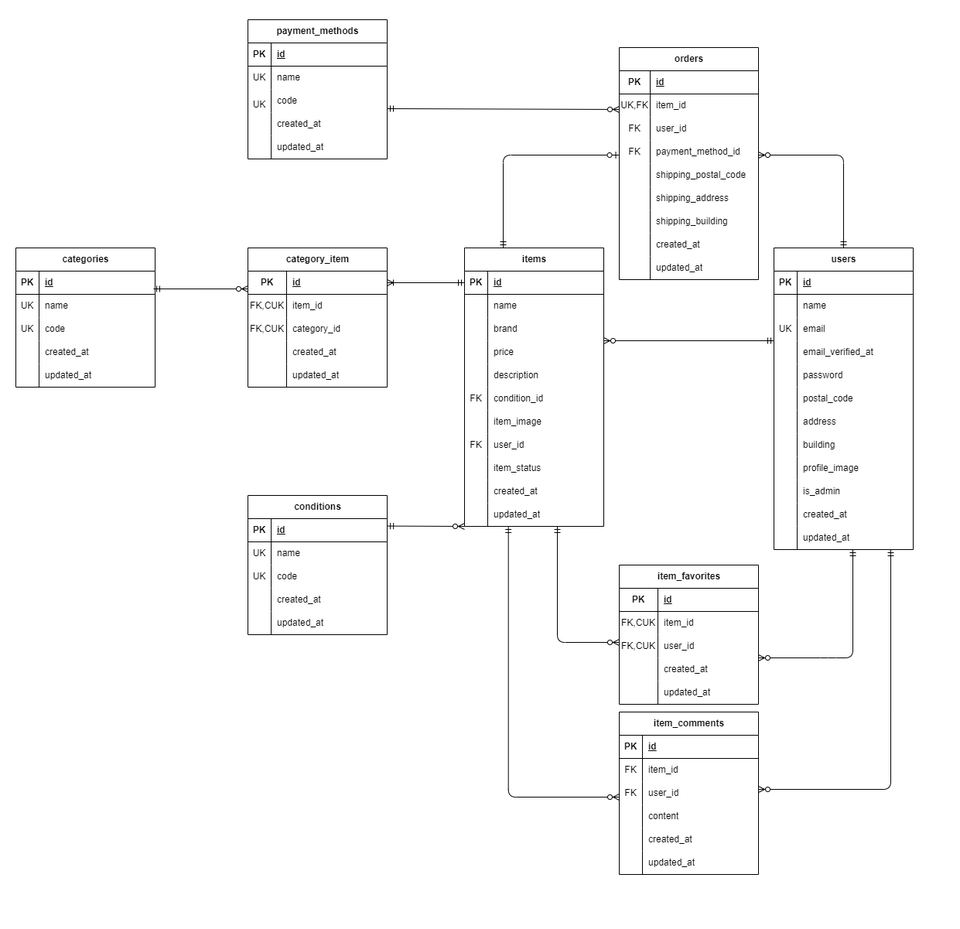
This is er.drawio.png from kawamata-natsuki/coachtech-flea, a draw.io export, as it was before one commit. Source tidied: cells renumbered, new cells last; positions are measured from the earlier drawing's top-left corner, leaving out a move shared by most shapes.
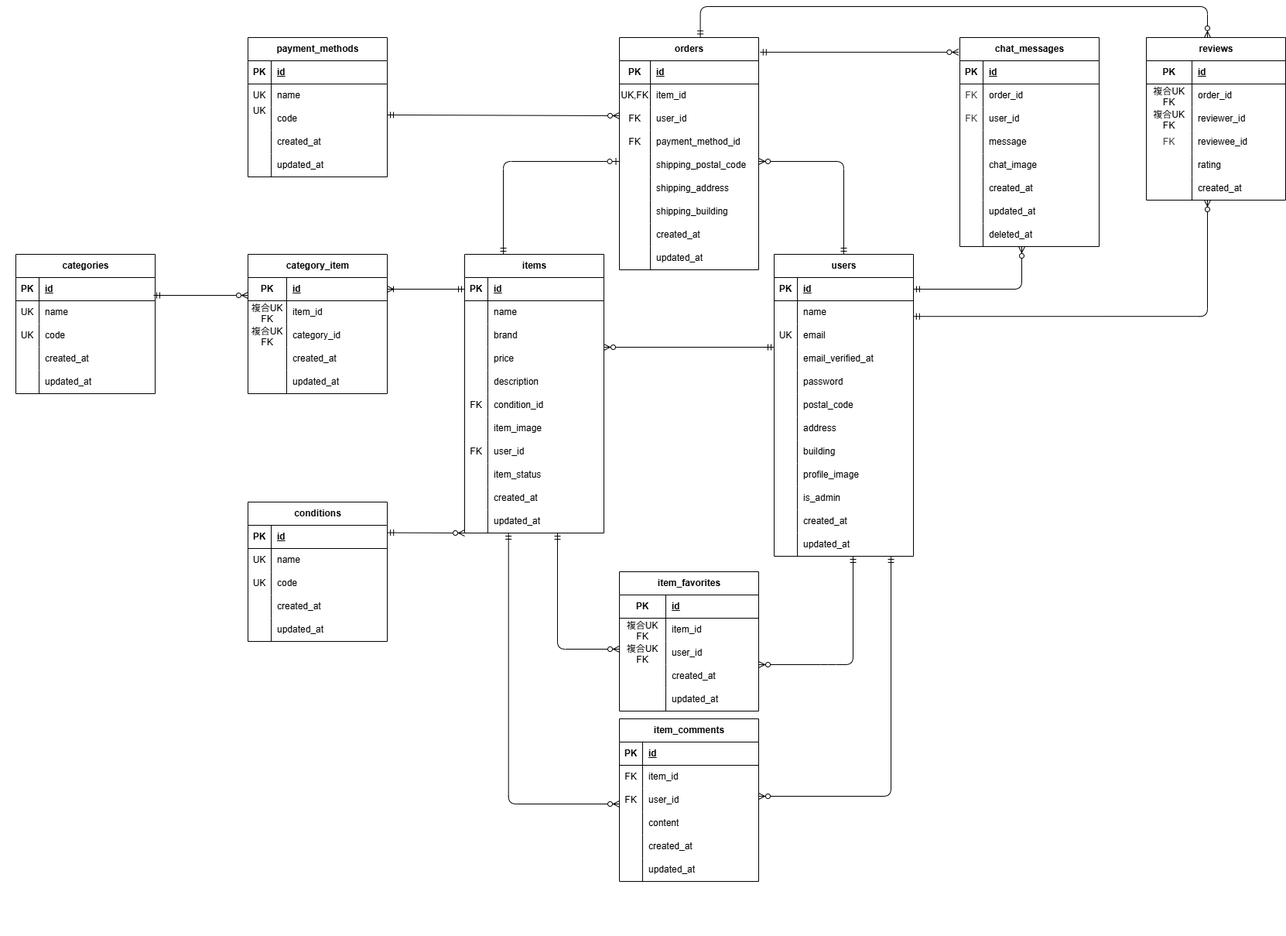
After the change.

Commit message:
add: chat_messages テーブルと reviews テーブル追加

Change to the diagram source:
```diff
@@ -5,3 +5,3 @@
     <mxCell id="2" value="payment_methods" style="shape=table;startSize=30;rowLines=0;fontStyle=1;align=center;html=1;" parent="1" vertex="1">
-      <mxGeometry x="320" y="25" width="180" height="180" as="geometry" />
+      <mxGeometry x="320" y="40" width="180" height="180" as="geometry" />
     </mxCell>
@@ -155,3 +155,3 @@
     <mxCell id="52" value="orders" style="shape=table;startSize=30;rowLines=0;fontStyle=1;align=center;html=1;" parent="1" vertex="1">
-      <mxGeometry x="800" y="61" width="180" height="300" as="geometry" />
+      <mxGeometry x="800" y="40" width="180" height="300" as="geometry" />
     </mxCell>
@@ -356,6 +356,6 @@
     <mxCell id="119" value="PK" style="shape=partialRectangle;fillColor=none;top=0;left=0;bottom=0;right=0;fontStyle=1;overflow=hidden;whiteSpace=wrap;html=1;" parent="118" vertex="1">
-      <mxGeometry width="50" height="30" as="geometry" />
+      <mxGeometry width="60" height="30" as="geometry" />
     </mxCell>
     <mxCell id="120" value="id" style="shape=partialRectangle;fillColor=none;top=0;left=0;bottom=0;right=0;align=left;spacingLeft=6;fontStyle=5;overflow=hidden;whiteSpace=wrap;html=1;" parent="118" vertex="1">
-      <mxGeometry x="50" width="130" height="30" as="geometry" />
+      <mxGeometry x="60" width="120" height="30" as="geometry" />
     </mxCell>
@@ -364,7 +364,7 @@
     </mxCell>
-    <mxCell id="122" value="FK,CUK" style="shape=partialRectangle;fillColor=none;top=0;left=0;bottom=0;right=0;overflow=hidden;whiteSpace=wrap;html=1;" parent="121" vertex="1">
-      <mxGeometry width="50" height="30" as="geometry" />
+    <mxCell id="122" value="複合UK&lt;div&gt;FK&lt;/div&gt;" style="shape=partialRectangle;fillColor=none;top=0;left=0;bottom=0;right=0;overflow=hidden;whiteSpace=wrap;html=1;" parent="121" vertex="1">
+      <mxGeometry width="60" height="30" as="geometry" />
     </mxCell>
     <mxCell id="123" value="item_id" style="shape=partialRectangle;fillColor=none;top=0;left=0;bottom=0;right=0;align=left;spacingLeft=6;overflow=hidden;whiteSpace=wrap;html=1;" parent="121" vertex="1">
-      <mxGeometry x="50" width="130" height="30" as="geometry" />
+      <mxGeometry x="60" width="120" height="30" as="geometry" />
     </mxCell>
@@ -373,7 +373,7 @@
     </mxCell>
-    <mxCell id="125" value="FK,CUK" style="shape=partialRectangle;fillColor=none;top=0;left=0;bottom=0;right=0;overflow=hidden;whiteSpace=wrap;html=1;" parent="124" vertex="1">
-      <mxGeometry width="50" height="30" as="geometry" />
+    <mxCell id="125" value="&lt;span style=&quot;color: rgb(0, 0, 0);&quot;&gt;複合UK&lt;/span&gt;&lt;div&gt;FK&lt;/div&gt;" style="shape=partialRectangle;fillColor=none;top=0;left=0;bottom=0;right=0;overflow=hidden;whiteSpace=wrap;html=1;" parent="124" vertex="1">
+      <mxGeometry width="60" height="30" as="geometry" />
     </mxCell>
     <mxCell id="126" value="user_id" style="shape=partialRectangle;fillColor=none;top=0;left=0;bottom=0;right=0;align=left;spacingLeft=6;overflow=hidden;whiteSpace=wrap;html=1;" parent="124" vertex="1">
-      <mxGeometry x="50" width="130" height="30" as="geometry" />
+      <mxGeometry x="60" width="120" height="30" as="geometry" />
     </mxCell>
@@ -383,6 +383,6 @@
     <mxCell id="128" style="shape=partialRectangle;fillColor=none;top=0;left=0;bottom=0;right=0;overflow=hidden;whiteSpace=wrap;html=1;" parent="127" vertex="1">
-      <mxGeometry width="50" height="30" as="geometry" />
+      <mxGeometry width="60" height="30" as="geometry" />
     </mxCell>
     <mxCell id="129" value="created_at" style="shape=partialRectangle;fillColor=none;top=0;left=0;bottom=0;right=0;align=left;spacingLeft=6;overflow=hidden;whiteSpace=wrap;html=1;" parent="127" vertex="1">
-      <mxGeometry x="50" width="130" height="30" as="geometry" />
+      <mxGeometry x="60" width="120" height="30" as="geometry" />
     </mxCell>
@@ -392,6 +392,6 @@
     <mxCell id="131" style="shape=partialRectangle;fillColor=none;top=0;left=0;bottom=0;right=0;overflow=hidden;whiteSpace=wrap;html=1;" parent="130" vertex="1">
-      <mxGeometry width="50" height="30" as="geometry" />
+      <mxGeometry width="60" height="30" as="geometry" />
     </mxCell>
     <mxCell id="132" value="updated_at" style="shape=partialRectangle;fillColor=none;top=0;left=0;bottom=0;right=0;align=left;spacingLeft=6;overflow=hidden;whiteSpace=wrap;html=1;" parent="130" vertex="1">
-      <mxGeometry x="50" width="130" height="30" as="geometry" />
+      <mxGeometry x="60" width="120" height="30" as="geometry" />
     </mxCell>
@@ -621,3 +621,3 @@
     </mxCell>
-    <mxCell id="198" value="FK,CUK" style="shape=partialRectangle;fillColor=none;top=0;left=0;bottom=0;right=0;overflow=hidden;whiteSpace=wrap;html=1;" parent="197" vertex="1">
+    <mxCell id="198" value="&lt;span style=&quot;color: rgb(0, 0, 0);&quot;&gt;複合UK&lt;/span&gt;&lt;div&gt;FK&lt;/div&gt;" style="shape=partialRectangle;fillColor=none;top=0;left=0;bottom=0;right=0;overflow=hidden;whiteSpace=wrap;html=1;" parent="197" vertex="1">
       <mxGeometry width="50" height="30" as="geometry" />
@@ -630,3 +630,3 @@
     </mxCell>
-    <mxCell id="201" value="&lt;span style=&quot;color: rgb(0, 0, 0);&quot;&gt;FK,CUK&lt;/span&gt;" style="shape=partialRectangle;fillColor=none;top=0;left=0;bottom=0;right=0;overflow=hidden;whiteSpace=wrap;html=1;" parent="200" vertex="1">
+    <mxCell id="201" value="&lt;span style=&quot;color: rgb(0, 0, 0);&quot;&gt;複合UK&lt;/span&gt;&lt;div&gt;FK&lt;/div&gt;" style="shape=partialRectangle;fillColor=none;top=0;left=0;bottom=0;right=0;overflow=hidden;whiteSpace=wrap;html=1;" parent="200" vertex="1">
       <mxGeometry width="50" height="30" as="geometry" />
@@ -692,2 +692,162 @@
     </mxCell>
+    <mxCell id="217" value="chat_messages" style="shape=table;startSize=30;rowLines=0;fontStyle=1;align=center;html=1;" parent="1" vertex="1">
+      <mxGeometry x="1240" y="40" width="180" height="270" as="geometry" />
+    </mxCell>
+    <mxCell id="218" style="shape=tableRow;horizontal=0;startSize=0;swimlaneHead=0;swimlaneBody=0;fillColor=none;top=0;left=0;right=0;bottom=1;" parent="217" vertex="1">
+      <mxGeometry y="30" width="180" height="30" as="geometry" />
+    </mxCell>
+    <mxCell id="219" value="PK" style="shape=partialRectangle;fillColor=none;top=0;left=0;bottom=0;right=0;fontStyle=1;overflow=hidden;whiteSpace=wrap;html=1;" parent="218" vertex="1">
+      <mxGeometry width="30" height="30" as="geometry" />
+    </mxCell>
+    <mxCell id="220" value="id" style="shape=partialRectangle;fillColor=none;top=0;left=0;bottom=0;right=0;align=left;spacingLeft=6;fontStyle=5;overflow=hidden;whiteSpace=wrap;html=1;" parent="218" vertex="1">
+      <mxGeometry x="30" width="150" height="30" as="geometry" />
+    </mxCell>
+    <mxCell id="221" style="shape=tableRow;horizontal=0;startSize=0;swimlaneHead=0;swimlaneBody=0;fillColor=none;top=0;left=0;right=0;bottom=0;" parent="217" vertex="1">
+      <mxGeometry y="60" width="180" height="30" as="geometry" />
+    </mxCell>
+    <mxCell id="222" value="&lt;span style=&quot;color: rgb(63, 63, 63);&quot;&gt;FK&lt;/span&gt;" style="shape=partialRectangle;fillColor=none;top=0;left=0;bottom=0;right=0;overflow=hidden;whiteSpace=wrap;html=1;" parent="221" vertex="1">
+      <mxGeometry width="30" height="30" as="geometry" />
+    </mxCell>
+    <mxCell id="223" value="order_id" style="shape=partialRectangle;fillColor=none;top=0;left=0;bottom=0;right=0;align=left;spacingLeft=6;overflow=hidden;whiteSpace=wrap;html=1;" parent="221" vertex="1">
+      <mxGeometry x="30" width="150" height="30" as="geometry" />
+    </mxCell>
+    <mxCell id="224" style="shape=tableRow;horizontal=0;startSize=0;swimlaneHead=0;swimlaneBody=0;fillColor=none;top=0;left=0;right=0;bottom=0;" parent="217" vertex="1">
+      <mxGeometry y="90" width="180" height="30" as="geometry" />
+    </mxCell>
+    <mxCell id="225" value="&lt;span style=&quot;color: rgb(63, 63, 63);&quot;&gt;FK&lt;/span&gt;" style="shape=partialRectangle;fillColor=none;top=0;left=0;bottom=0;right=0;overflow=hidden;whiteSpace=wrap;html=1;" parent="224" vertex="1">
+      <mxGeometry width="30" height="30" as="geometry" />
+    </mxCell>
+    <mxCell id="226" value="user_id" style="shape=partialRectangle;fillColor=none;top=0;left=0;bottom=0;right=0;align=left;spacingLeft=6;overflow=hidden;whiteSpace=wrap;html=1;" parent="224" vertex="1">
+      <mxGeometry x="30" width="150" height="30" as="geometry" />
+    </mxCell>
+    <mxCell id="227" style="shape=tableRow;horizontal=0;startSize=0;swimlaneHead=0;swimlaneBody=0;fillColor=none;top=0;left=0;right=0;bottom=0;" parent="217" vertex="1">
+      <mxGeometry y="120" width="180" height="30" as="geometry" />
+    </mxCell>
+    <mxCell id="228" style="shape=partialRectangle;fillColor=none;top=0;left=0;bottom=0;right=0;overflow=hidden;whiteSpace=wrap;html=1;" parent="227" vertex="1">
+      <mxGeometry width="30" height="30" as="geometry" />
+    </mxCell>
+    <mxCell id="229" value="message" style="shape=partialRectangle;fillColor=none;top=0;left=0;bottom=0;right=0;align=left;spacingLeft=6;overflow=hidden;whiteSpace=wrap;html=1;" parent="227" vertex="1">
+      <mxGeometry x="30" width="150" height="30" as="geometry" />
+    </mxCell>
+    <mxCell id="230" style="shape=tableRow;horizontal=0;startSize=0;swimlaneHead=0;swimlaneBody=0;fillColor=none;top=0;left=0;right=0;bottom=0;" parent="217" vertex="1">
+      <mxGeometry y="150" width="180" height="30" as="geometry" />
+    </mxCell>
+    <mxCell id="231" style="shape=partialRectangle;fillColor=none;top=0;left=0;bottom=0;right=0;overflow=hidden;whiteSpace=wrap;html=1;" parent="230" vertex="1">
+      <mxGeometry width="30" height="30" as="geometry" />
+    </mxCell>
+    <mxCell id="232" value="chat_image" style="shape=partialRectangle;fillColor=none;top=0;left=0;bottom=0;right=0;align=left;spacingLeft=6;overflow=hidden;whiteSpace=wrap;html=1;" parent="230" vertex="1">
+      <mxGeometry x="30" width="150" height="30" as="geometry" />
+    </mxCell>
+    <mxCell id="233" style="shape=tableRow;horizontal=0;startSize=0;swimlaneHead=0;swimlaneBody=0;fillColor=none;top=0;left=0;right=0;bottom=0;" parent="217" vertex="1">
+      <mxGeometry y="180" width="180" height="30" as="geometry" />
+    </mxCell>
+    <mxCell id="234" style="shape=partialRectangle;fillColor=none;top=0;left=0;bottom=0;right=0;overflow=hidden;whiteSpace=wrap;html=1;" parent="233" vertex="1">
+      <mxGeometry width="30" height="30" as="geometry" />
+    </mxCell>
+    <mxCell id="235" value="created_at" style="shape=partialRectangle;fillColor=none;top=0;left=0;bottom=0;right=0;align=left;spacingLeft=6;overflow=hidden;whiteSpace=wrap;html=1;" parent="233" vertex="1">
+      <mxGeometry x="30" width="150" height="30" as="geometry" />
+    </mxCell>
+    <mxCell id="236" style="shape=tableRow;horizontal=0;startSize=0;swimlaneHead=0;swimlaneBody=0;fillColor=none;top=0;left=0;right=0;bottom=0;" parent="217" vertex="1">
+      <mxGeometry y="210" width="180" height="30" as="geometry" />
+    </mxCell>
+    <mxCell id="237" style="shape=partialRectangle;fillColor=none;top=0;left=0;bottom=0;right=0;overflow=hidden;whiteSpace=wrap;html=1;" parent="236" vertex="1">
+      <mxGeometry width="30" height="30" as="geometry" />
+    </mxCell>
+    <mxCell id="238" value="updated_at" style="shape=partialRectangle;fillColor=none;top=0;left=0;bottom=0;right=0;align=left;spacingLeft=6;overflow=hidden;whiteSpace=wrap;html=1;" parent="236" vertex="1">
+      <mxGeometry x="30" width="150" height="30" as="geometry" />
+    </mxCell>
+    <mxCell id="239" style="shape=tableRow;horizontal=0;startSize=0;swimlaneHead=0;swimlaneBody=0;fillColor=none;top=0;left=0;right=0;bottom=0;" parent="217" vertex="1">
+      <mxGeometry y="240" width="180" height="30" as="geometry" />
+    </mxCell>
+    <mxCell id="240" style="shape=partialRectangle;fillColor=none;top=0;left=0;bottom=0;right=0;overflow=hidden;whiteSpace=wrap;html=1;" parent="239" vertex="1">
+      <mxGeometry width="30" height="30" as="geometry" />
+    </mxCell>
+    <mxCell id="241" value="deleted_at" style="shape=partialRectangle;fillColor=none;top=0;left=0;bottom=0;right=0;align=left;spacingLeft=6;overflow=hidden;whiteSpace=wrap;html=1;" parent="239" vertex="1">
+      <mxGeometry x="30" width="150" height="30" as="geometry" />
+    </mxCell>
+    <mxCell id="242" value="reviews" style="shape=table;startSize=30;rowLines=0;fontStyle=1;align=center;html=1;" parent="1" vertex="1">
+      <mxGeometry x="1481" y="40" width="180" height="210" as="geometry" />
+    </mxCell>
+    <mxCell id="243" style="shape=tableRow;horizontal=0;startSize=0;swimlaneHead=0;swimlaneBody=0;fillColor=none;top=0;left=0;right=0;bottom=1;" parent="242" vertex="1">
+      <mxGeometry y="30" width="180" height="30" as="geometry" />
+    </mxCell>
+    <mxCell id="244" value="PK" style="shape=partialRectangle;fillColor=none;top=0;left=0;bottom=0;right=0;fontStyle=1;overflow=hidden;whiteSpace=wrap;html=1;" parent="243" vertex="1">
+      <mxGeometry width="59" height="30" as="geometry" />
+    </mxCell>
+    <mxCell id="245" value="id" style="shape=partialRectangle;fillColor=none;top=0;left=0;bottom=0;right=0;align=left;spacingLeft=6;fontStyle=5;overflow=hidden;whiteSpace=wrap;html=1;" parent="243" vertex="1">
+      <mxGeometry x="59" width="121" height="30" as="geometry" />
+    </mxCell>
+    <mxCell id="246" style="shape=tableRow;horizontal=0;startSize=0;swimlaneHead=0;swimlaneBody=0;fillColor=none;top=0;left=0;right=0;bottom=0;" parent="242" vertex="1">
+      <mxGeometry y="60" width="180" height="30" as="geometry" />
+    </mxCell>
+    <mxCell id="247" value="複合&lt;span style=&quot;background-color: transparent;&quot;&gt;UK&lt;/span&gt;&lt;div&gt;&lt;span style=&quot;background-color: transparent;&quot;&gt;FK&lt;/span&gt;&lt;/div&gt;" style="shape=partialRectangle;fillColor=none;top=0;left=0;bottom=0;right=0;overflow=hidden;whiteSpace=wrap;html=1;" parent="246" vertex="1">
+      <mxGeometry width="59" height="30" as="geometry" />
+    </mxCell>
+    <mxCell id="248" value="order_id" style="shape=partialRectangle;fillColor=none;top=0;left=0;bottom=0;right=0;align=left;spacingLeft=6;overflow=hidden;whiteSpace=wrap;html=1;" parent="246" vertex="1">
+      <mxGeometry x="59" width="121" height="30" as="geometry" />
+    </mxCell>
+    <mxCell id="249" style="shape=tableRow;horizontal=0;startSize=0;swimlaneHead=0;swimlaneBody=0;fillColor=none;top=0;left=0;right=0;bottom=0;" parent="242" vertex="1">
+      <mxGeometry y="90" width="180" height="30" as="geometry" />
+    </mxCell>
+    <mxCell id="250" value="&lt;span style=&quot;color: rgb(0, 0, 0);&quot;&gt;複合&lt;/span&gt;&lt;span style=&quot;background-color: transparent;&quot;&gt;UK&lt;/span&gt;&lt;div&gt;&lt;span style=&quot;background-color: transparent;&quot;&gt;FK&lt;/span&gt;&lt;/div&gt;" style="shape=partialRectangle;fillColor=none;top=0;left=0;bottom=0;right=0;overflow=hidden;whiteSpace=wrap;html=1;" parent="249" vertex="1">
+      <mxGeometry width="59" height="30" as="geometry" />
+    </mxCell>
+    <mxCell id="251" value="reviewer_id" style="shape=partialRectangle;fillColor=none;top=0;left=0;bottom=0;right=0;align=left;spacingLeft=6;overflow=hidden;whiteSpace=wrap;html=1;" parent="249" vertex="1">
+      <mxGeometry x="59" width="121" height="30" as="geometry" />
+    </mxCell>
+    <mxCell id="252" style="shape=tableRow;horizontal=0;startSize=0;swimlaneHead=0;swimlaneBody=0;fillColor=none;top=0;left=0;right=0;bottom=0;" parent="242" vertex="1">
+      <mxGeometry y="120" width="180" height="30" as="geometry" />
+    </mxCell>
+    <mxCell id="253" value="&lt;span style=&quot;color: rgb(63, 63, 63);&quot;&gt;FK&lt;/span&gt;" style="shape=partialRectangle;fillColor=none;top=0;left=0;bottom=0;right=0;overflow=hidden;whiteSpace=wrap;html=1;" parent="252" vertex="1">
+      <mxGeometry width="59" height="30" as="geometry" />
+    </mxCell>
+    <mxCell id="254" value="reviewee_id" style="shape=partialRectangle;fillColor=none;top=0;left=0;bottom=0;right=0;align=left;spacingLeft=6;overflow=hidden;whiteSpace=wrap;html=1;" parent="252" vertex="1">
+      <mxGeometry x="59" width="121" height="30" as="geometry" />
+    </mxCell>
+    <mxCell id="255" style="shape=tableRow;horizontal=0;startSize=0;swimlaneHead=0;swimlaneBody=0;fillColor=none;top=0;left=0;right=0;bottom=0;" parent="242" vertex="1">
+      <mxGeometry y="150" width="180" height="30" as="geometry" />
+    </mxCell>
+    <mxCell id="256" style="shape=partialRectangle;fillColor=none;top=0;left=0;bottom=0;right=0;overflow=hidden;whiteSpace=wrap;html=1;" parent="255" vertex="1">
+      <mxGeometry width="59" height="30" as="geometry" />
+    </mxCell>
+    <mxCell id="257" value="rating" style="shape=partialRectangle;fillColor=none;top=0;left=0;bottom=0;right=0;align=left;spacingLeft=6;overflow=hidden;whiteSpace=wrap;html=1;" parent="255" vertex="1">
+      <mxGeometry x="59" width="121" height="30" as="geometry" />
+    </mxCell>
+    <mxCell id="258" style="shape=tableRow;horizontal=0;startSize=0;swimlaneHead=0;swimlaneBody=0;fillColor=none;top=0;left=0;right=0;bottom=0;" parent="242" vertex="1">
+      <mxGeometry y="180" width="180" height="30" as="geometry" />
+    </mxCell>
+    <mxCell id="259" style="shape=partialRectangle;fillColor=none;top=0;left=0;bottom=0;right=0;overflow=hidden;whiteSpace=wrap;html=1;" parent="258" vertex="1">
+      <mxGeometry width="59" height="30" as="geometry" />
+    </mxCell>
+    <mxCell id="260" value="created_at" style="shape=partialRectangle;fillColor=none;top=0;left=0;bottom=0;right=0;align=left;spacingLeft=6;overflow=hidden;whiteSpace=wrap;html=1;" parent="258" vertex="1">
+      <mxGeometry x="59" width="121" height="30" as="geometry" />
+    </mxCell>
+    <mxCell id="261" style="fontSize=12;html=1;endArrow=ERzeroToMany;startArrow=ERmandOne;exitX=1.01;exitY=0.063;exitDx=0;exitDy=0;exitPerimeter=0;entryX=-0.009;entryY=0.07;entryDx=0;entryDy=0;entryPerimeter=0;" parent="1" edge="1" source="52" target="217">
+      <mxGeometry relative="1" as="geometry" />
+    </mxCell>
+    <mxCell id="262" style="fontSize=12;html=1;endArrow=ERzeroToMany;startArrow=ERmandOne;edgeStyle=orthogonalEdgeStyle;exitX=1;exitY=0.5;exitDx=0;exitDy=0;" parent="1" edge="1" source="81">
+      <mxGeometry relative="1" as="geometry">
+        <mxPoint x="1320" y="310" as="targetPoint" />
+        <Array as="points">
+          <mxPoint x="1320" y="365" />
+        </Array>
+      </mxGeometry>
+    </mxCell>
+    <mxCell id="263" style="fontSize=12;html=1;endArrow=ERzeroToMany;startArrow=ERmandOne;edgeStyle=orthogonalEdgeStyle;exitX=0.999;exitY=0.674;exitDx=0;exitDy=0;exitPerimeter=0;" parent="1" edge="1" source="84">
+      <mxGeometry relative="1" as="geometry">
+        <mxPoint x="1560" y="250" as="targetPoint" />
+        <Array as="points">
+          <mxPoint x="1560" y="400" />
+        </Array>
+      </mxGeometry>
+    </mxCell>
+    <mxCell id="264" style="fontSize=12;html=1;endArrow=ERzeroToMany;startArrow=ERmandOne;edgeStyle=orthogonalEdgeStyle;exitX=0.581;exitY=-0.002;exitDx=0;exitDy=0;exitPerimeter=0;" parent="1" edge="1" source="52">
+      <mxGeometry relative="1" as="geometry">
+        <mxPoint x="1560" y="40" as="targetPoint" />
+        <Array as="points">
+          <mxPoint x="905" />
+          <mxPoint x="1560" />
+        </Array>
+      </mxGeometry>
+    </mxCell>
   </root>
```
